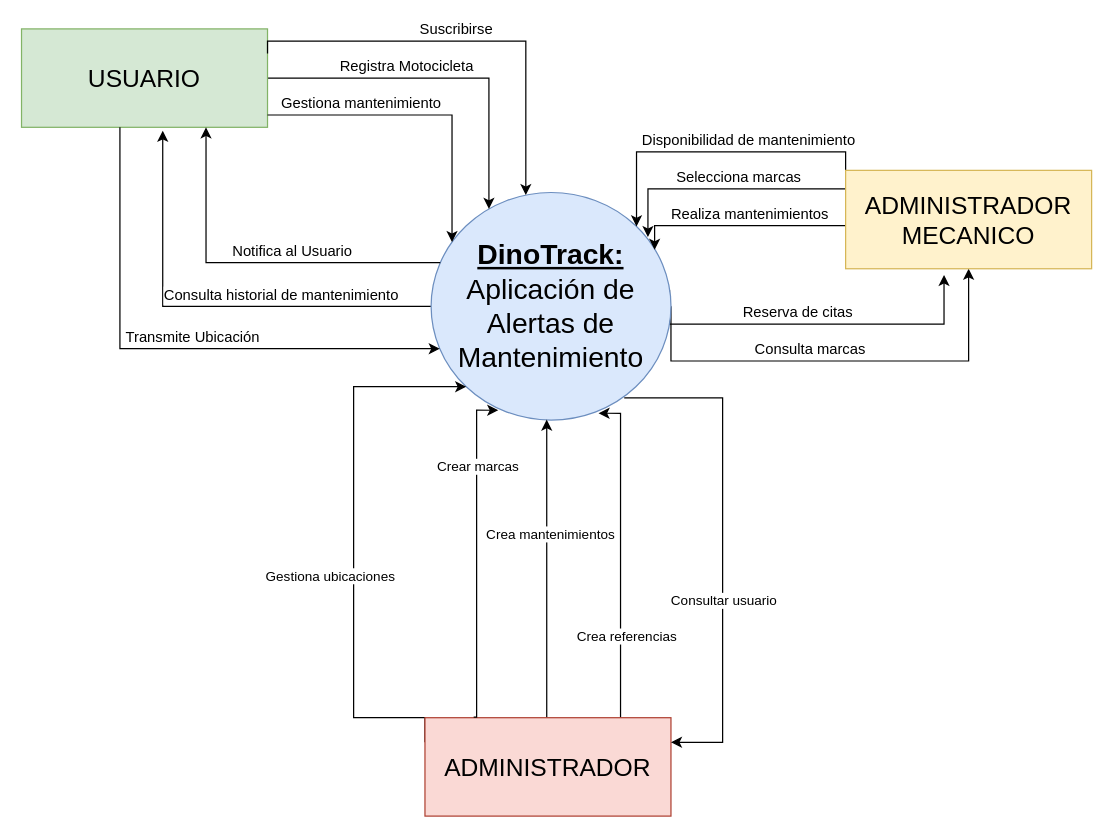
Before: DiagramaContexto.drawio in david-med/archivos, a draw.io diagram. Source tidied: cells renumbered, new cells numbered last; positions are measured from the earlier drawing's top-left corner, leaving out a move shared by most shapes. Both pictures are drawn from the tidied source at 123%, with x=0, y=0 at pixel (21, 28).
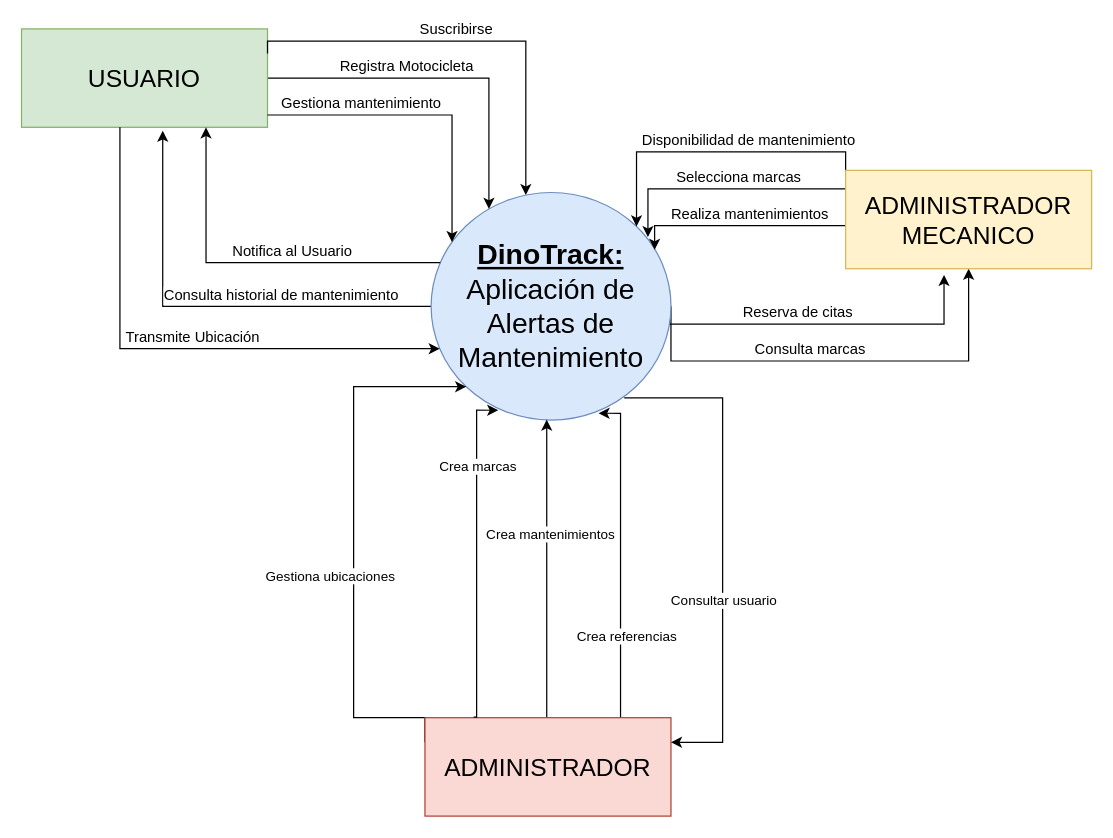
After the change.

The change refers to these unchanged cells:
```xml
<mxCell id="36" style="rounded=0;jettySize=auto;html=1;exitX=0.198;exitY=-0.005;exitDx=0;exitDy=0;exitPerimeter=0;strokeColor=default;edgeStyle=orthogonalEdgeStyle;entryX=0.28;entryY=0.957;entryDx=0;entryDy=0;entryPerimeter=0;" parent="1" edge="1" source="18" target="8">
  <mxGeometry relative="1" as="geometry">
    <Array as="points">
      <mxPoint x="370" y="560" />
      <mxPoint x="370" y="310" />
    </Array>
  </mxGeometry>
</mxCell>
```

The edit, as a diff of the source:
```diff
@@
-    <mxCell id="37" value="Crear marcas" style="edgeLabel;html=1;align=center;verticalAlign=middle;" parent="36" vertex="1">
+    <mxCell id="37" value="Crea marcas" style="edgeLabel;html=1;align=center;verticalAlign=middle;" parent="36" vertex="1">
       <mxGeometry x="0.24" y="2" relative="1" as="geometry">
         <mxPoint x="2" y="-40" as="offset" />
       </mxGeometry>
     </mxCell>
```
